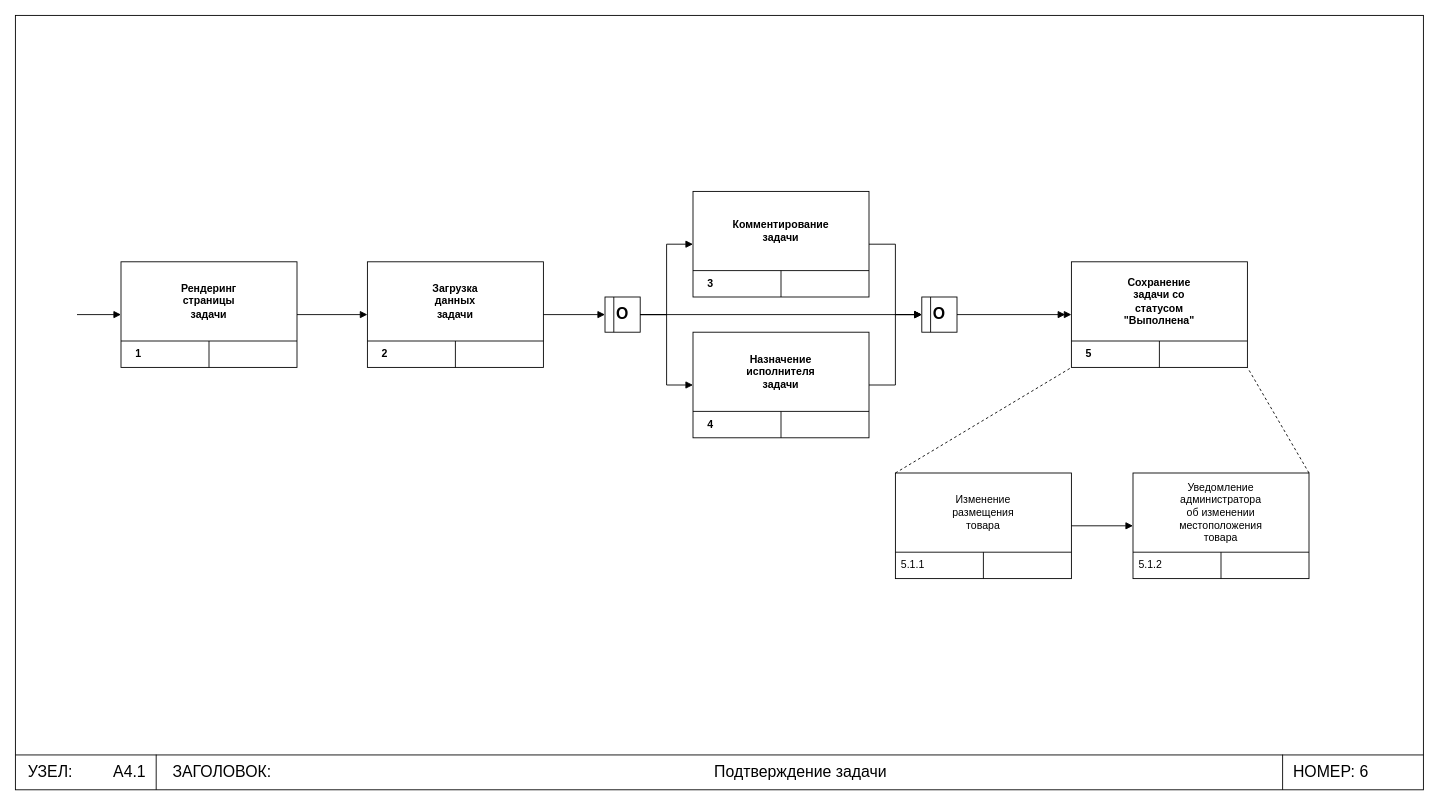
Above: page "A4.1" (4 of 4) of Labs/Lab3/IDEF3.drawio in VladDemyanovNew/ISD_7sem (draw.io), before the change. Source tidied: cells renumbered, new cells numbered last; positions are measured from the earlier drawing's top-left corner, leaving out a move shared by most shapes. Both pictures are drawn from the tidied source at 88%, with x=0, y=0 at pixel (15, 15).
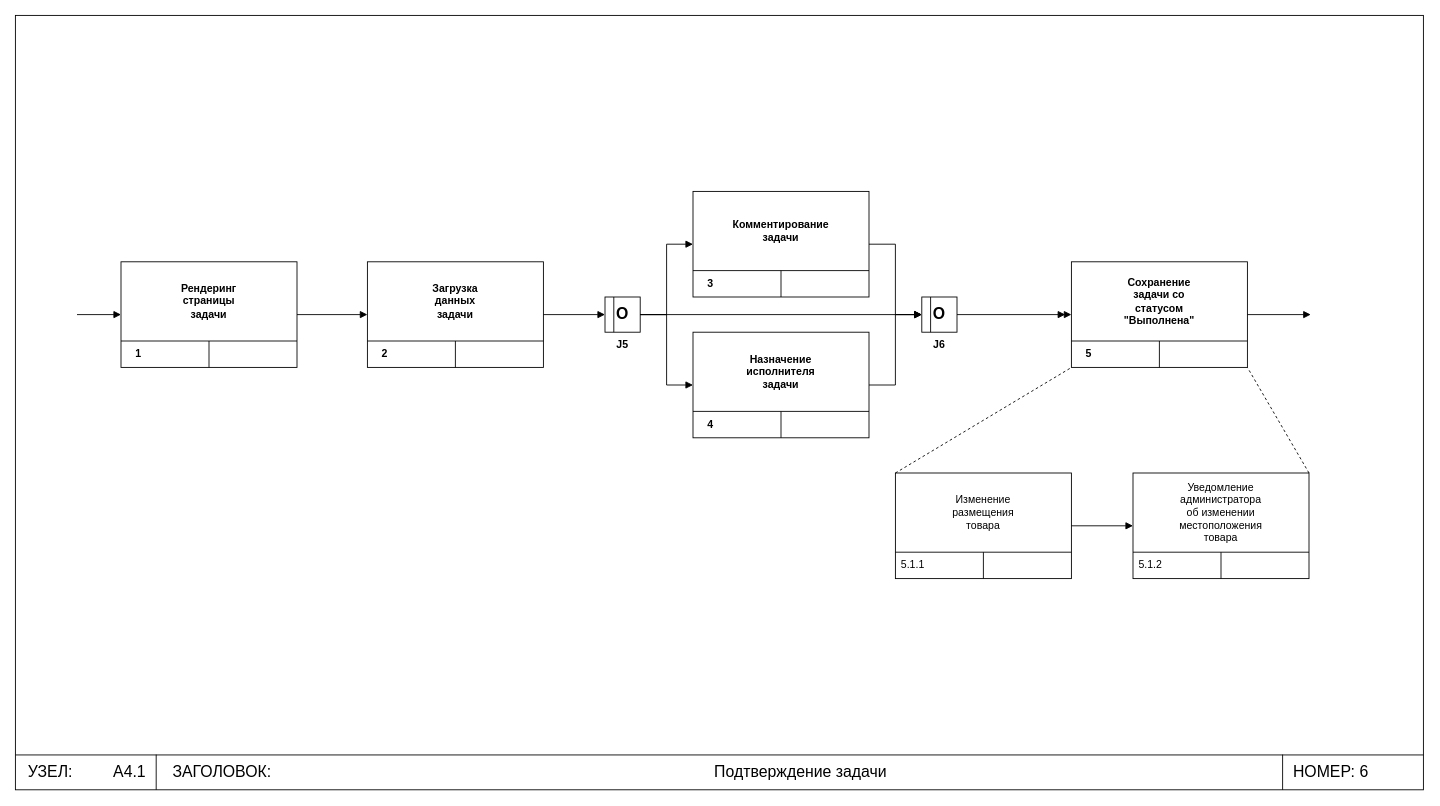
The same diagram, later.

Unchanged cells that the change refers to:
```xml
<mxCell id="33" style="rounded=0;whiteSpace=wrap;html=1;" parent="1" vertex="1">
  <mxGeometry x="1200" y="280" width="200" height="120" as="geometry" />
</mxCell>
```

Change to the diagram source:
```diff
@@
+    <mxCell id="64" style="endArrow=block;html=1;rounded=0;fontSize=18;exitX=1;exitY=0.5;exitDx=0;exitDy=0;endFill=1;" parent="1" edge="1" source="33">
+      <mxGeometry relative="1" as="geometry">
+        <mxPoint x="1472" y="340" as="targetPoint" />
+      </mxGeometry>
+    </mxCell>
+    <mxCell id="65" value="J5" style="text;html=1;strokeColor=none;fillColor=none;align=center;verticalAlign=middle;whiteSpace=wrap;rounded=0;fontStyle=1;" parent="1" vertex="1">
+      <mxGeometry x="660" y="360" width="60" height="30" as="geometry" />
+    </mxCell>
+    <mxCell id="66" value="J6" style="text;html=1;strokeColor=none;fillColor=none;align=center;verticalAlign=middle;whiteSpace=wrap;rounded=0;fontStyle=1;" parent="1" vertex="1">
+      <mxGeometry x="1020" y="360" width="60" height="30" as="geometry" />
+    </mxCell>
```
